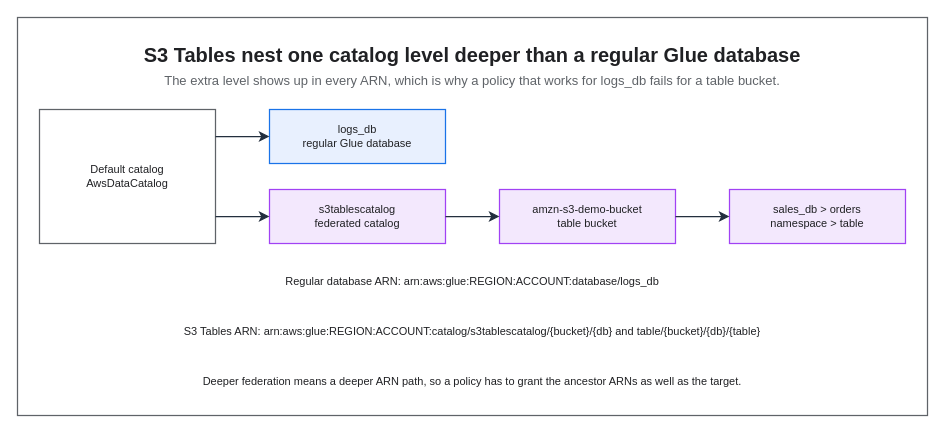
Before: assets/img/aws/analytics-stack-06-catalog-federation.drawio in KKamJi98/kkamji98.github.io, a draw.io diagram. Source tidied: cells renumbered, new cells numbered last; positions are measured from the earlier drawing's top-left corner, leaving out a move shared by most shapes. Both pictures are drawn from the tidied source at 100%, with x=0, y=0 at pixel (17, 17).
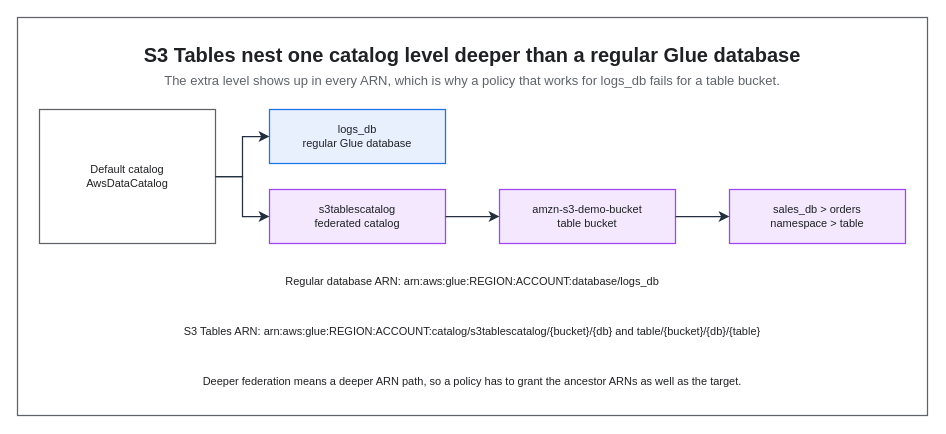
The same page after the edit.

Unchanged cells that the change refers to:
```xml
<mxCell id="5" value="Default catalog&#10;AwsDataCatalog" style="rounded=0;whiteSpace=wrap;html=0;fillColor=#FFFFFF;strokeColor=#5F6368;fontColor=#202124;fontSize=11;fontStyle=0;align=center;verticalAlign=middle;spacingLeft=6;spacingRight=6;strokeWidth=1.25;" parent="1" vertex="1">
  <mxGeometry x="22" y="92" width="176" height="134" as="geometry" />
</mxCell>
<mxCell id="6" value="logs_db&#10;regular Glue database" style="rounded=0;whiteSpace=wrap;html=0;fillColor=#E8F0FE;strokeColor=#1A73E8;fontColor=#202124;fontSize=11;fontStyle=0;align=center;verticalAlign=middle;spacingLeft=6;spacingRight=6;strokeWidth=1.25;" parent="1" vertex="1">
  <mxGeometry x="252" y="92" width="176" height="54" as="geometry" />
</mxCell>
<mxCell id="7" value="s3tablescatalog&#10;federated catalog" style="rounded=0;whiteSpace=wrap;html=0;fillColor=#F3E8FD;strokeColor=#A142F4;fontColor=#202124;fontSize=11;fontStyle=0;align=center;verticalAlign=middle;spacingLeft=6;spacingRight=6;strokeWidth=1.25;" parent="1" vertex="1">
  <mxGeometry x="252" y="172" width="176" height="54" as="geometry" />
</mxCell>
```

Diff of the diagram source:
```diff
@@
-    <mxCell id="13" style="edgeStyle=orthogonalEdgeStyle;rounded=0;html=0;strokeColor=#232F3E;strokeWidth=1.25;endArrow=classic;endFill=1;endSize=7;fontSize=11;fontColor=#202124;labelBackgroundColor=none;jettySize=14;exitX=1;exitY=0.2015;entryX=0;entryY=0.5;exitDx=0;exitDy=0;entryDx=0;entryDy=0;" parent="1" edge="1" source="5" target="6">
-      <mxGeometry relative="1" as="geometry" />
+    <mxCell id="13" style="edgeStyle=orthogonalEdgeStyle;rounded=0;html=0;strokeColor=#232F3E;strokeWidth=1.25;endArrow=classic;endFill=1;endSize=7;fontSize=11;fontColor=#202124;labelBackgroundColor=none;jettySize=14;exitX=1;exitY=0.5;entryX=0;entryY=0.5;exitDx=0;exitDy=0;entryDx=0;entryDy=0;" parent="1" edge="1" source="5" target="6">
+      <mxGeometry relative="1" as="geometry">
+        <Array as="points">
+          <mxPoint x="225" y="159" />
+          <mxPoint x="225" y="119" />
+        </Array>
+      </mxGeometry>
     </mxCell>
-    <mxCell id="14" style="edgeStyle=orthogonalEdgeStyle;rounded=0;html=0;strokeColor=#232F3E;strokeWidth=1.25;endArrow=classic;endFill=1;endSize=7;fontSize=11;fontColor=#202124;labelBackgroundColor=none;jettySize=14;exitX=1;exitY=0.7985;entryX=0;entryY=0.5;exitDx=0;exitDy=0;entryDx=0;entryDy=0;" parent="1" edge="1" source="5" target="7">
-      <mxGeometry relative="1" as="geometry" />
+    <mxCell id="14" style="edgeStyle=orthogonalEdgeStyle;rounded=0;html=0;strokeColor=#232F3E;strokeWidth=1.25;endArrow=classic;endFill=1;endSize=7;fontSize=11;fontColor=#202124;labelBackgroundColor=none;jettySize=14;exitX=1;exitY=0.5;entryX=0;entryY=0.5;exitDx=0;exitDy=0;entryDx=0;entryDy=0;" parent="1" edge="1" source="5" target="7">
+      <mxGeometry relative="1" as="geometry">
+        <Array as="points">
+          <mxPoint x="225" y="159" />
+          <mxPoint x="225" y="199" />
+        </Array>
+      </mxGeometry>
     </mxCell>
```
